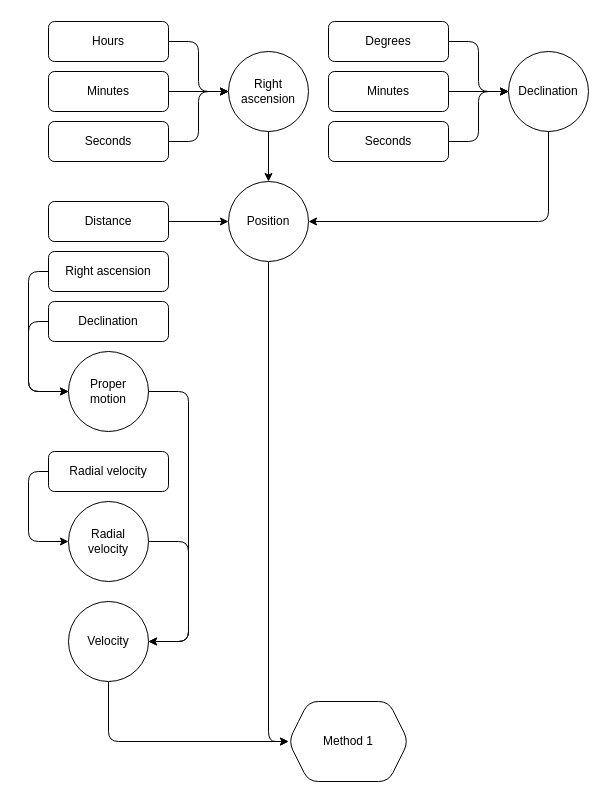
This is Method1.drawio from AlbinSjoegren/SPV, a draw.io file, before an edit. Source tidied: cells renumbered, new cells numbered last; positions are measured from the earlier drawing's top-left corner, leaving out a move shared by most shapes. Both pictures are drawn from the tidied source at 100%, with x=0, y=0 at pixel (28, 21).
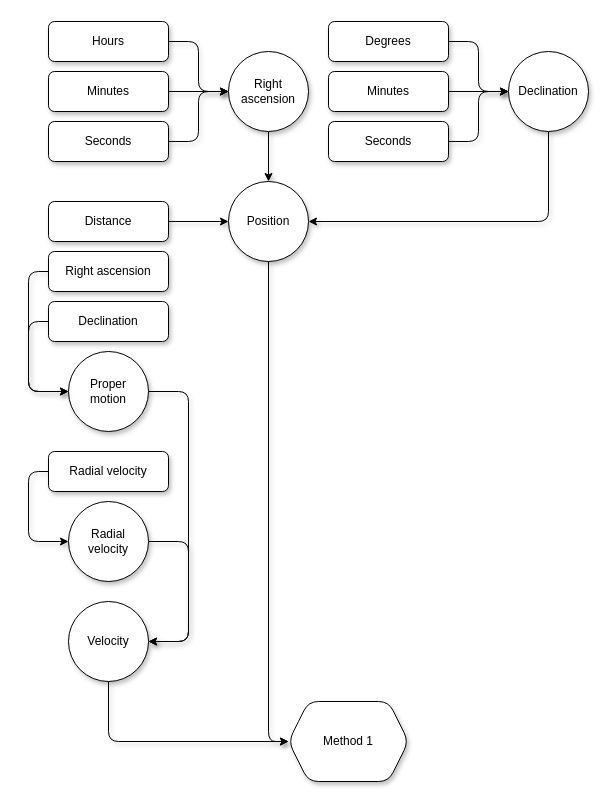
The same page after the edit.

What changed in the source:
```diff
@@
-    <mxCell id="2" style="edgeStyle=orthogonalEdgeStyle;rounded=1;jettySize=auto;html=1;entryX=0;entryY=0.5;entryDx=0;entryDy=0;" parent="1" edge="1" source="3" target="15">
+    <mxCell id="2" style="edgeStyle=orthogonalEdgeStyle;rounded=1;jettySize=auto;html=1;entryX=0;entryY=0.5;entryDx=0;entryDy=0;shadow=1;" parent="1" edge="1" source="3" target="15">
       <mxGeometry relative="1" as="geometry" />
     </mxCell>
-    <mxCell id="3" value="Hours" style="rounded=1;whiteSpace=wrap;html=1;" parent="1" vertex="1">
+    <mxCell id="3" value="Hours" style="rounded=1;whiteSpace=wrap;html=1;shadow=1;" parent="1" vertex="1">
       <mxGeometry x="20" width="120" height="40" as="geometry" />
     </mxCell>
-    <mxCell id="4" style="edgeStyle=orthogonalEdgeStyle;rounded=1;jettySize=auto;html=1;entryX=0;entryY=0.5;entryDx=0;entryDy=0;" parent="1" edge="1" source="5" target="15">
+    <mxCell id="4" style="edgeStyle=orthogonalEdgeStyle;rounded=1;jettySize=auto;html=1;entryX=0;entryY=0.5;entryDx=0;entryDy=0;shadow=1;" parent="1" edge="1" source="5" target="15">
       <mxGeometry relative="1" as="geometry" />
     </mxCell>
-    <mxCell id="5" value="Minutes" style="rounded=1;whiteSpace=wrap;html=1;" parent="1" vertex="1">
+    <mxCell id="5" value="Minutes" style="rounded=1;whiteSpace=wrap;html=1;shadow=1;" parent="1" vertex="1">
       <mxGeometry x="20" y="50" width="120" height="40" as="geometry" />
     </mxCell>
-    <mxCell id="6" style="edgeStyle=orthogonalEdgeStyle;rounded=1;jettySize=auto;html=1;entryX=0;entryY=0.5;entryDx=0;entryDy=0;" parent="1" edge="1" source="7" target="15">
+    <mxCell id="6" style="edgeStyle=orthogonalEdgeStyle;rounded=1;jettySize=auto;html=1;entryX=0;entryY=0.5;entryDx=0;entryDy=0;shadow=1;" parent="1" edge="1" source="7" target="15">
       <mxGeometry relative="1" as="geometry" />
     </mxCell>
-    <mxCell id="7" value="Seconds" style="rounded=1;whiteSpace=wrap;html=1;" parent="1" vertex="1">
+    <mxCell id="7" value="Seconds" style="rounded=1;whiteSpace=wrap;html=1;shadow=1;" parent="1" vertex="1">
       <mxGeometry x="20" y="100" width="120" height="40" as="geometry" />
     </mxCell>
-    <mxCell id="8" style="edgeStyle=orthogonalEdgeStyle;rounded=1;jettySize=auto;html=1;" parent="1" edge="1" source="9" target="17">
+    <mxCell id="8" style="edgeStyle=orthogonalEdgeStyle;rounded=1;jettySize=auto;html=1;shadow=1;" parent="1" edge="1" source="9" target="17">
       <mxGeometry relative="1" as="geometry" />
     </mxCell>
-    <mxCell id="9" value="Degrees" style="rounded=1;whiteSpace=wrap;html=1;" parent="1" vertex="1">
+    <mxCell id="9" value="Degrees" style="rounded=1;whiteSpace=wrap;html=1;shadow=1;" parent="1" vertex="1">
       <mxGeometry x="300" width="120" height="40" as="geometry" />
     </mxCell>
-    <mxCell id="10" style="edgeStyle=orthogonalEdgeStyle;rounded=1;jettySize=auto;html=1;" parent="1" edge="1" source="11" target="17">
+    <mxCell id="10" style="edgeStyle=orthogonalEdgeStyle;rounded=1;jettySize=auto;html=1;shadow=1;" parent="1" edge="1" source="11" target="17">
       <mxGeometry relative="1" as="geometry" />
     </mxCell>
-    <mxCell id="11" value="Minutes" style="rounded=1;whiteSpace=wrap;html=1;" parent="1" vertex="1">
+    <mxCell id="11" value="Minutes" style="rounded=1;whiteSpace=wrap;html=1;shadow=1;" parent="1" vertex="1">
       <mxGeometry x="300" y="50" width="120" height="40" as="geometry" />
     </mxCell>
-    <mxCell id="12" style="edgeStyle=orthogonalEdgeStyle;rounded=1;jettySize=auto;html=1;" parent="1" edge="1" source="13" target="17">
+    <mxCell id="12" style="edgeStyle=orthogonalEdgeStyle;rounded=1;jettySize=auto;html=1;shadow=1;" parent="1" edge="1" source="13" target="17">
       <mxGeometry relative="1" as="geometry" />
     </mxCell>
-    <mxCell id="13" value="Seconds" style="rounded=1;whiteSpace=wrap;html=1;" parent="1" vertex="1">
+    <mxCell id="13" value="Seconds" style="rounded=1;whiteSpace=wrap;html=1;shadow=1;" parent="1" vertex="1">
       <mxGeometry x="300" y="100" width="120" height="40" as="geometry" />
     </mxCell>
-    <mxCell id="14" style="edgeStyle=orthogonalEdgeStyle;rounded=1;jettySize=auto;html=1;entryX=0.5;entryY=0;entryDx=0;entryDy=0;" parent="1" edge="1" source="15" target="19">
+    <mxCell id="14" style="edgeStyle=orthogonalEdgeStyle;rounded=1;jettySize=auto;html=1;entryX=0.5;entryY=0;entryDx=0;entryDy=0;shadow=1;" parent="1" edge="1" source="15" target="19">
       <mxGeometry relative="1" as="geometry" />
     </mxCell>
-    <mxCell id="15" value="&lt;div&gt;Right&lt;/div&gt;&lt;div&gt;ascension&lt;/div&gt;" style="ellipse;whiteSpace=wrap;html=1;rounded=1;" parent="1" vertex="1">
+    <mxCell id="15" value="&lt;div&gt;Right&lt;/div&gt;&lt;div&gt;ascension&lt;/div&gt;" style="ellipse;whiteSpace=wrap;html=1;rounded=1;shadow=1;" parent="1" vertex="1">
       <mxGeometry x="200" y="30" width="80" height="80" as="geometry" />
     </mxCell>
-    <mxCell id="16" style="edgeStyle=orthogonalEdgeStyle;rounded=1;jettySize=auto;html=1;entryX=1;entryY=0.5;entryDx=0;entryDy=0;" parent="1" edge="1" source="17" target="19">
+    <mxCell id="16" style="edgeStyle=orthogonalEdgeStyle;rounded=1;jettySize=auto;html=1;entryX=1;entryY=0.5;entryDx=0;entryDy=0;shadow=1;" parent="1" edge="1" source="17" target="19">
       <mxGeometry relative="1" as="geometry">
         <Array as="points">
           <mxPoint x="520" y="200" />
         </Array>
       </mxGeometry>
     </mxCell>
-    <mxCell id="17" value="Declination" style="ellipse;whiteSpace=wrap;html=1;rounded=1;" parent="1" vertex="1">
+    <mxCell id="17" value="Declination" style="ellipse;whiteSpace=wrap;html=1;rounded=1;shadow=1;" parent="1" vertex="1">
       <mxGeometry x="480" y="30" width="80" height="80" as="geometry" />
     </mxCell>
-    <mxCell id="18" style="edgeStyle=orthogonalEdgeStyle;rounded=1;jettySize=auto;html=1;entryX=0;entryY=0.5;entryDx=0;entryDy=0;" parent="1" edge="1" source="19" target="34">
+    <mxCell id="18" style="edgeStyle=orthogonalEdgeStyle;rounded=1;jettySize=auto;html=1;entryX=0;entryY=0.5;entryDx=0;entryDy=0;shadow=1;" parent="1" edge="1" source="19" target="34">
       <mxGeometry relative="1" as="geometry" />
     </mxCell>
-    <mxCell id="19" value="Position" style="ellipse;whiteSpace=wrap;html=1;rounded=1;" parent="1" vertex="1">
+    <mxCell id="19" value="Position" style="ellipse;whiteSpace=wrap;html=1;rounded=1;shadow=1;" parent="1" vertex="1">
       <mxGeometry x="200" y="160" width="80" height="80" as="geometry" />
     </mxCell>
-    <mxCell id="20" style="edgeStyle=orthogonalEdgeStyle;rounded=1;jettySize=auto;html=1;" parent="1" edge="1" source="21" target="19">
+    <mxCell id="20" style="edgeStyle=orthogonalEdgeStyle;rounded=1;jettySize=auto;html=1;shadow=1;" parent="1" edge="1" source="21" target="19">
       <mxGeometry relative="1" as="geometry" />
     </mxCell>
-    <mxCell id="21" value="Distance" style="rounded=1;whiteSpace=wrap;html=1;" parent="1" vertex="1">
+    <mxCell id="21" value="Distance" style="rounded=1;whiteSpace=wrap;html=1;shadow=1;" parent="1" vertex="1">
       <mxGeometry x="20" y="180" width="120" height="40" as="geometry" />
     </mxCell>
-    <mxCell id="22" style="edgeStyle=orthogonalEdgeStyle;rounded=1;jettySize=auto;html=1;entryX=0;entryY=0.5;entryDx=0;entryDy=0;" parent="1" edge="1" source="23" target="25">
+    <mxCell id="22" style="edgeStyle=orthogonalEdgeStyle;rounded=1;jettySize=auto;html=1;entryX=0;entryY=0.5;entryDx=0;entryDy=0;shadow=1;" parent="1" edge="1" source="23" target="25">
       <mxGeometry relative="1" as="geometry">
         <Array as="points">
           <mxPoint y="250" />
           <mxPoint y="370" />
         </Array>
       </mxGeometry>
     </mxCell>
-    <mxCell id="23" value="Right ascension" style="rounded=1;whiteSpace=wrap;html=1;" parent="1" vertex="1">
+    <mxCell id="23" value="Right ascension" style="rounded=1;whiteSpace=wrap;html=1;shadow=1;" parent="1" vertex="1">
       <mxGeometry x="20" y="230" width="120" height="40" as="geometry" />
     </mxCell>
-    <mxCell id="24" style="edgeStyle=orthogonalEdgeStyle;rounded=1;jettySize=auto;html=1;entryX=1;entryY=0.5;entryDx=0;entryDy=0;" parent="1" edge="1" source="25" target="33">
+    <mxCell id="24" style="edgeStyle=orthogonalEdgeStyle;rounded=1;jettySize=auto;html=1;entryX=1;entryY=0.5;entryDx=0;entryDy=0;shadow=1;" parent="1" edge="1" source="25" target="33">
       <mxGeometry relative="1" as="geometry">
         <Array as="points">
           <mxPoint x="160" y="370" />
           <mxPoint x="160" y="620" />
         </Array>
       </mxGeometry>
     </mxCell>
-    <mxCell id="25" value="&lt;div&gt;Proper&lt;/div&gt;&lt;div&gt;motion&lt;/div&gt;" style="ellipse;whiteSpace=wrap;html=1;rounded=1;" parent="1" vertex="1">
+    <mxCell id="25" value="&lt;div&gt;Proper&lt;/div&gt;&lt;div&gt;motion&lt;/div&gt;" style="ellipse;whiteSpace=wrap;html=1;rounded=1;shadow=1;" parent="1" vertex="1">
       <mxGeometry x="40" y="330" width="80" height="80" as="geometry" />
     </mxCell>
-    <mxCell id="26" style="edgeStyle=orthogonalEdgeStyle;rounded=1;jettySize=auto;html=1;entryX=0;entryY=0.5;entryDx=0;entryDy=0;" parent="1" edge="1" source="27" target="25">
+    <mxCell id="26" style="edgeStyle=orthogonalEdgeStyle;rounded=1;jettySize=auto;html=1;entryX=0;entryY=0.5;entryDx=0;entryDy=0;shadow=1;" parent="1" edge="1" source="27" target="25">
       <mxGeometry relative="1" as="geometry">
         <Array as="points">
           <mxPoint y="300" />
           <mxPoint y="370" />
         </Array>
       </mxGeometry>
     </mxCell>
-    <mxCell id="27" value="Declination" style="rounded=1;whiteSpace=wrap;html=1;" parent="1" vertex="1">
+    <mxCell id="27" value="Declination" style="rounded=1;whiteSpace=wrap;html=1;shadow=1;" parent="1" vertex="1">
       <mxGeometry x="20" y="280" width="120" height="40" as="geometry" />
     </mxCell>
-    <mxCell id="28" style="edgeStyle=orthogonalEdgeStyle;rounded=1;jettySize=auto;html=1;entryX=1;entryY=0.5;entryDx=0;entryDy=0;" parent="1" edge="1" source="29" target="33">
+    <mxCell id="28" style="edgeStyle=orthogonalEdgeStyle;rounded=1;jettySize=auto;html=1;entryX=1;entryY=0.5;entryDx=0;entryDy=0;shadow=1;" parent="1" edge="1" source="29" target="33">
       <mxGeometry relative="1" as="geometry">
         <Array as="points">
           <mxPoint x="160" y="520" />
           <mxPoint x="160" y="620" />
         </Array>
       </mxGeometry>
     </mxCell>
-    <mxCell id="29" value="Radial&lt;br&gt;velocity" style="ellipse;whiteSpace=wrap;html=1;rounded=1;" parent="1" vertex="1">
+    <mxCell id="29" value="Radial&lt;br&gt;velocity" style="ellipse;whiteSpace=wrap;html=1;rounded=1;shadow=1;" parent="1" vertex="1">
       <mxGeometry x="40" y="480" width="80" height="80" as="geometry" />
     </mxCell>
-    <mxCell id="30" style="edgeStyle=orthogonalEdgeStyle;rounded=1;jettySize=auto;html=1;entryX=0;entryY=0.5;entryDx=0;entryDy=0;" parent="1" edge="1" source="31" target="29">
+    <mxCell id="30" style="edgeStyle=orthogonalEdgeStyle;rounded=1;jettySize=auto;html=1;entryX=0;entryY=0.5;entryDx=0;entryDy=0;shadow=1;" parent="1" edge="1" source="31" target="29">
       <mxGeometry relative="1" as="geometry">
         <Array as="points">
           <mxPoint y="450" />
           <mxPoint y="520" />
         </Array>
       </mxGeometry>
     </mxCell>
-    <mxCell id="31" value="Radial velocity" style="rounded=1;whiteSpace=wrap;html=1;" parent="1" vertex="1">
+    <mxCell id="31" value="Radial velocity" style="rounded=1;whiteSpace=wrap;html=1;shadow=1;" parent="1" vertex="1">
       <mxGeometry x="20" y="430" width="120" height="40" as="geometry" />
     </mxCell>
-    <mxCell id="32" style="edgeStyle=orthogonalEdgeStyle;rounded=1;jettySize=auto;html=1;entryX=0;entryY=0.5;entryDx=0;entryDy=0;" parent="1" edge="1" source="33" target="34">
+    <mxCell id="32" style="edgeStyle=orthogonalEdgeStyle;rounded=1;jettySize=auto;html=1;entryX=0;entryY=0.5;entryDx=0;entryDy=0;shadow=1;" parent="1" edge="1" source="33" target="34">
       <mxGeometry relative="1" as="geometry">
         <Array as="points">
           <mxPoint x="80" y="720" />
         </Array>
       </mxGeometry>
     </mxCell>
-    <mxCell id="33" value="Velocity" style="ellipse;whiteSpace=wrap;html=1;rounded=1;" parent="1" vertex="1">
+    <mxCell id="33" value="Velocity" style="ellipse;whiteSpace=wrap;html=1;rounded=1;shadow=1;" parent="1" vertex="1">
       <mxGeometry x="40" y="580" width="80" height="80" as="geometry" />
     </mxCell>
-    <mxCell id="34" value="Method 1" style="shape=hexagon;perimeter=hexagonPerimeter2;whiteSpace=wrap;html=1;fixedSize=1;rounded=1;" parent="1" vertex="1">
+    <mxCell id="34" value="Method 1" style="shape=hexagon;perimeter=hexagonPerimeter2;whiteSpace=wrap;html=1;fixedSize=1;rounded=1;shadow=1;" parent="1" vertex="1">
       <mxGeometry x="260" y="680" width="120" height="80" as="geometry" />
     </mxCell>
```
